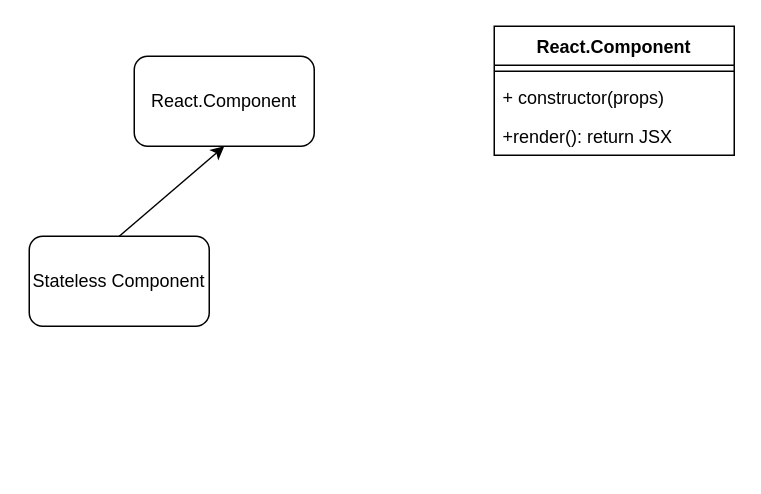
f2xiao/learn-react keeps this draw.io diagram as page "03 - comp w/ ES6 class" (3 of 6) of Diagram.drawio. Above is the earlier version. Source tidied: cells renumbered, new cells numbered last; positions are measured from the earlier drawing's top-left corner, leaving out a move shared by most shapes. Both pictures are drawn from the tidied source at 150%, with x=0, y=0 at pixel (28, 26).
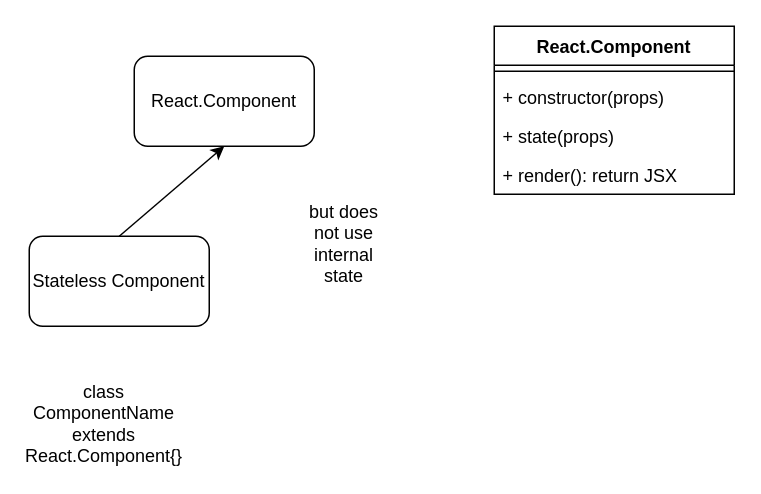
Above is the later version.

Diff of the diagram source:
```diff
@@
 <mxGraphModel>
   <root>
     <mxCell id="0" />
     <mxCell id="1" parent="0" />
     <mxCell id="2" value="Stateless Component" style="rounded=1;whiteSpace=wrap;html=1;" parent="1" vertex="1">
       <mxGeometry y="140" width="120" height="60" as="geometry" />
     </mxCell>
     <mxCell id="3" value="React.Component" style="rounded=1;whiteSpace=wrap;html=1;" parent="1" vertex="1">
       <mxGeometry x="70" y="20" width="120" height="60" as="geometry" />
     </mxCell>
     <mxCell id="4" style="endArrow=classic;html=1;rounded=0;exitX=0.5;exitY=0;exitDx=0;exitDy=0;entryX=0.5;entryY=1;entryDx=0;entryDy=0;" parent="1" edge="1" source="2" target="3">
       <mxGeometry relative="1" as="geometry" />
     </mxCell>
     <mxCell id="5" value="React.Component" style="swimlane;fontStyle=1;align=center;verticalAlign=top;horizontal=1;startSize=26;" parent="1" vertex="1">
-      <mxGeometry x="310" width="160" height="86" as="geometry" />
+      <mxGeometry x="310" width="160" height="112" as="geometry" />
     </mxCell>
     <mxCell id="6" style="line;strokeWidth=1;fillColor=none;align=left;verticalAlign=middle;spacingTop=-1;spacingLeft=3;spacingRight=3;labelPosition=right;" parent="5" vertex="1">
       <mxGeometry y="26" width="160" height="8" as="geometry" />
     </mxCell>
     <mxCell id="7" value="+ constructor(props)" style="text;strokeColor=none;fillColor=none;align=left;verticalAlign=top;spacingLeft=4;spacingRight=4;overflow=hidden;" parent="5" vertex="1">
       <mxGeometry y="34" width="160" height="26" as="geometry" />
     </mxCell>
+    <mxCell id="9" value="+ state(props)" style="text;strokeColor=none;fillColor=none;align=left;verticalAlign=top;spacingLeft=4;spacingRight=4;overflow=hidden;" parent="5" vertex="1">
+      <mxGeometry y="60" width="160" height="26" as="geometry" />
+    </mxCell>
-    <mxCell id="8" value="+render(): return JSX&#10;" style="text;strokeColor=none;fillColor=none;align=left;verticalAlign=top;spacingLeft=4;spacingRight=4;overflow=hidden;" parent="5" vertex="1">
-      <mxGeometry y="60" width="160" height="26" as="geometry" />
+    <mxCell id="8" value="+ render(): return JSX&#10;" style="text;strokeColor=none;fillColor=none;align=left;verticalAlign=top;spacingLeft=4;spacingRight=4;overflow=hidden;" parent="5" vertex="1">
+      <mxGeometry y="86" width="160" height="26" as="geometry" />
     </mxCell>
+    <mxCell id="10" value="but does not use internal state" style="text;html=1;strokeColor=none;fillColor=none;align=center;verticalAlign=middle;whiteSpace=wrap;rounded=0;" parent="1" vertex="1">
+      <mxGeometry x="180" y="130" width="60" height="30" as="geometry" />
+    </mxCell>
+    <mxCell id="11" value="class ComponentName extends React.Component{}" style="text;html=1;strokeColor=none;fillColor=none;align=center;verticalAlign=middle;whiteSpace=wrap;rounded=0;" parent="1" vertex="1">
+      <mxGeometry x="20" y="250" width="60" height="30" as="geometry" />
+    </mxCell>
   </root>
 </mxGraphModel>
```
